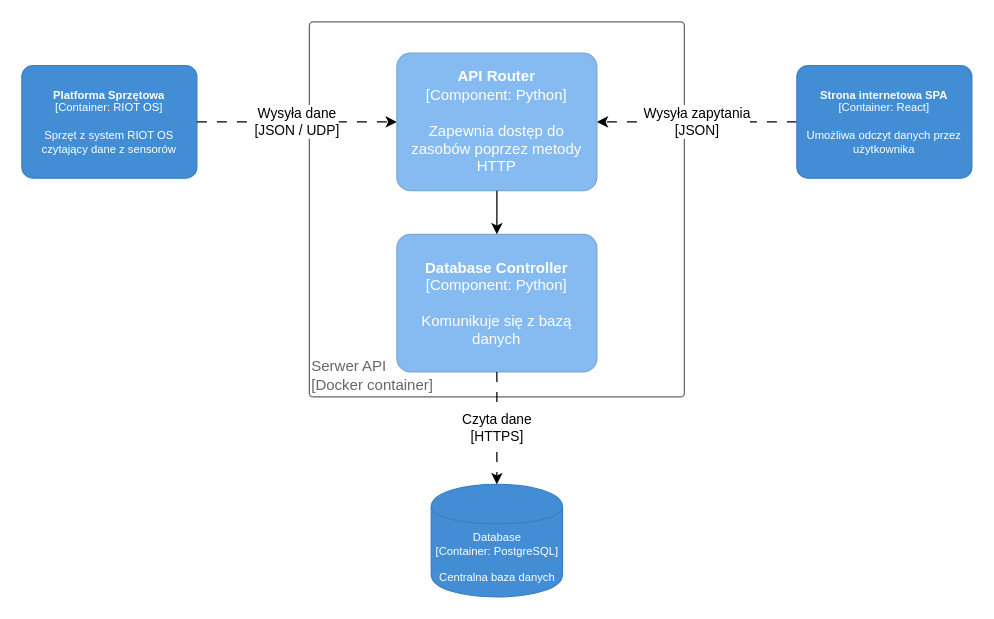
Before: page "Serwer API" (4 of 5) of docs/architecture/c4-pzsp2.drawio in sysy-inc/pzsp2-24z, a draw.io diagram. Source tidied: cells renumbered, new cells numbered last; positions are measured from the earlier drawing's top-left corner, leaving out a move shared by most shapes. Both pictures are drawn from the tidied source at 125%, with x=0, y=0 at pixel (21, 21).
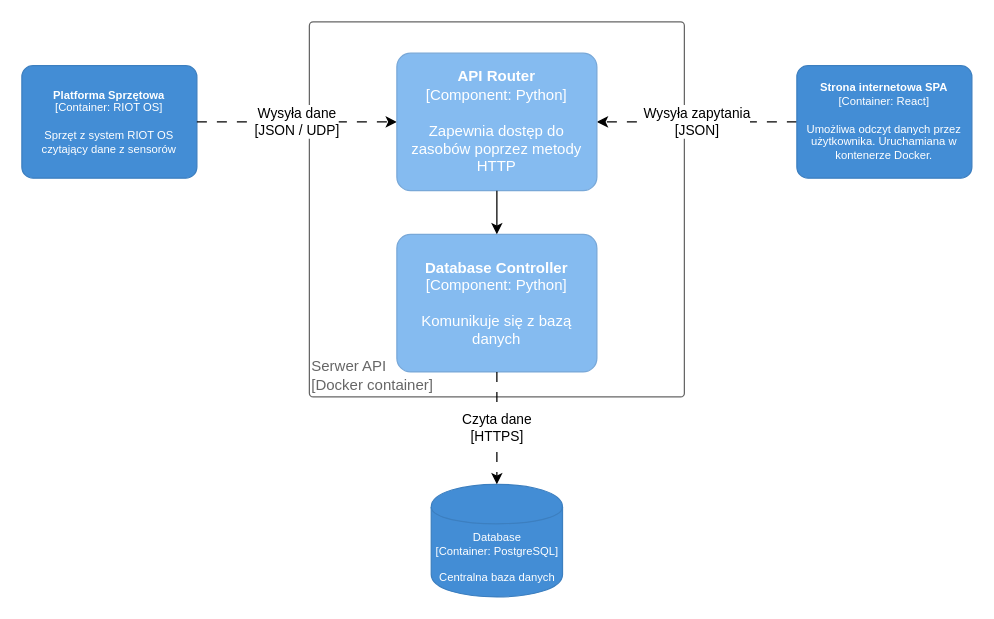
Above is the later version.

What changed in the source:
```diff
@@
 <mxGraphModel>
   <root>
     <mxCell id="0" />
     <mxCell id="1" parent="0" />
     <mxCell id="2" value="Serwer API&lt;div&gt;[Docker container]&lt;/div&gt;" style="rounded=1;whiteSpace=wrap;html=1;labelBackgroundColor=none;fillColor=#ffffff;align=left;arcSize=1;verticalAlign=bottom;strokeColor=#666666;fontColor=#666666;" parent="1" vertex="1">
       <mxGeometry x="230" width="300" height="300" as="geometry" />
     </mxCell>
     <mxCell id="3" value="Wysyła zapytania&lt;div&gt;[JSON]&lt;/div&gt;" style="edgeStyle=orthogonalEdgeStyle;rounded=0;jettySize=auto;html=1;entryX=1;entryY=0.5;entryDx=0;entryDy=0;entryPerimeter=0;dashed=1;dashPattern=8 8;" parent="1" edge="1" source="4" target="7">
       <mxGeometry relative="1" as="geometry" />
     </mxCell>
-    <object id="4" label="&lt;b style=&quot;font-size: 9px;&quot;&gt;%c4Name%&lt;/b&gt;&lt;div style=&quot;font-size: 9px;&quot;&gt;[%c4Type%: %c4Technology%]&lt;/div&gt;&lt;br style=&quot;font-size: 9px;&quot;&gt;&lt;div style=&quot;font-size: 9px;&quot;&gt;%c4Description%&lt;/div&gt;" c4Description="Umożliwa odczyt danych przez użytkownika" c4Name="Strona internetowa SPA" c4Technology="React" c4Type="Container" placeholders="1">
+    <object id="4" label="&lt;b style=&quot;font-size: 9px;&quot;&gt;%c4Name%&lt;/b&gt;&lt;div style=&quot;font-size: 9px;&quot;&gt;[%c4Type%: %c4Technology%]&lt;/div&gt;&lt;br style=&quot;font-size: 9px;&quot;&gt;&lt;div style=&quot;font-size: 9px;&quot;&gt;%c4Description%&lt;/div&gt;" c4Description="Umożliwa odczyt danych przez użytkownika. Uruchamiana w kontenerze Docker." c4Name="Strona internetowa SPA" c4Technology="React" c4Type="Container" placeholders="1">
       <mxCell style="rounded=1;whiteSpace=wrap;html=1;labelBackgroundColor=none;fillColor=#438DD5;fontColor=#ffffff;align=center;arcSize=10;strokeColor=#3C7FC0;metaData={&quot;c4Type&quot;:{&quot;editable&quot;:false}};points=[[0.25,0,0],[0.5,0,0],[0.75,0,0],[1,0.25,0],[1,0.5,0],[1,0.75,0],[0.75,1,0],[0.5,1,0],[0.25,1,0],[0,0.75,0],[0,0.5,0],[0,0.25,0]];fontSize=9;" parent="1" vertex="1">
         <mxGeometry x="620" y="35" width="140" height="90" as="geometry" />
       </mxCell>
     </object>
     <object id="5" label="&lt;b style=&quot;font-size: 9px;&quot;&gt;%c4Name%&lt;/b&gt;&lt;div style=&quot;font-size: 9px;&quot;&gt;[%c4Type%: %c4Technology%]&lt;/div&gt;&lt;br style=&quot;font-size: 9px;&quot;&gt;&lt;div style=&quot;font-size: 9px;&quot;&gt;%c4Description%&lt;/div&gt;" c4Description="Sprzęt z system RIOT OS czytający dane z sensorów" c4Name="Platforma Sprzętowa" c4Technology="RIOT OS" c4Type="Container" placeholders="1">
       <mxCell style="rounded=1;whiteSpace=wrap;html=1;labelBackgroundColor=none;fillColor=#438DD5;fontColor=#ffffff;align=center;arcSize=10;strokeColor=#3C7FC0;metaData={&quot;c4Type&quot;:{&quot;editable&quot;:false}};points=[[0.25,0,0],[0.5,0,0],[0.75,0,0],[1,0.25,0],[1,0.5,0],[1,0.75,0],[0.75,1,0],[0.5,1,0],[0.25,1,0],[0,0.75,0],[0,0.5,0],[0,0.25,0]];fontSize=9;" parent="1" vertex="1">
         <mxGeometry y="35" width="140" height="90" as="geometry" />
       </mxCell>
     </object>
     <mxCell id="6" value="Wysyła dane&lt;div&gt;[JSON / UDP]&lt;/div&gt;" style="edgeStyle=orthogonalEdgeStyle;rounded=0;jettySize=auto;html=1;entryX=0;entryY=0.5;entryDx=0;entryDy=0;entryPerimeter=0;dashed=1;dashPattern=8 8;" parent="1" edge="1" source="5" target="7">
       <mxGeometry relative="1" as="geometry" />
     </mxCell>
     <object id="7" label="&lt;b&gt;%c4Name%&lt;/b&gt;&lt;div&gt;[%c4Type%: %c4Technology%]&lt;/div&gt;&lt;br&gt;&lt;div&gt;%c4Description%&lt;/div&gt;" c4Description="Zapewnia dostęp do zasobów poprzez metody HTTP" c4Name="API Router" c4Technology="Python" c4Type="Component" placeholders="1">
       <mxCell style="rounded=1;whiteSpace=wrap;html=1;labelBackgroundColor=none;fillColor=#85BBF0;fontColor=#ffffff;align=center;arcSize=10;strokeColor=#78A8D8;metaData={&quot;c4Type&quot;:{&quot;editable&quot;:false}};points=[[0.25,0,0],[0.5,0,0],[0.75,0,0],[1,0.25,0],[1,0.5,0],[1,0.75,0],[0.75,1,0],[0.5,1,0],[0.25,1,0],[0,0.75,0],[0,0.5,0],[0,0.25,0]];" parent="1" vertex="1">
         <mxGeometry x="300" y="25" width="160" height="110" as="geometry" />
       </mxCell>
     </object>
     <object id="8" label="%c4Type%&lt;div style=&quot;font-size: 9px;&quot;&gt;[Container:&amp;nbsp;%c4Technology%]&lt;/div&gt;&lt;br style=&quot;font-size: 9px;&quot;&gt;&lt;div style=&quot;font-size: 9px;&quot;&gt;%c4Description%&lt;/div&gt;" c4Description="Centralna baza danych" c4Technology="PostgreSQL" c4Type="Database" placeholders="1">
       <mxCell style="shape=cylinder;whiteSpace=wrap;html=1;boundedLbl=1;rounded=0;labelBackgroundColor=none;fillColor=#438DD5;fontSize=9;fontColor=#ffffff;align=center;strokeColor=#3C7FC0;points=[[0.5,0,0],[1,0.25,0],[1,0.5,0],[1,0.75,0],[0.5,1,0],[0,0.75,0],[0,0.5,0],[0,0.25,0]];metaData={&quot;c4Type&quot;:{&quot;editable&quot;:false}};" parent="1" vertex="1">
         <mxGeometry x="327.5" y="370" width="105" height="90" as="geometry" />
       </mxCell>
     </object>
     <object id="9" label="&lt;b&gt;%c4Name%&lt;/b&gt;&lt;div&gt;[%c4Type%: %c4Technology%]&lt;/div&gt;&lt;br&gt;&lt;div&gt;%c4Description%&lt;/div&gt;" c4Description="Komunikuje się z bazą danych" c4Name="Database Controller" c4Technology="Python" c4Type="Component" placeholders="1">
       <mxCell style="rounded=1;whiteSpace=wrap;html=1;labelBackgroundColor=none;fillColor=#85BBF0;fontColor=#ffffff;align=center;arcSize=10;strokeColor=#78A8D8;metaData={&quot;c4Type&quot;:{&quot;editable&quot;:false}};points=[[0.25,0,0],[0.5,0,0],[0.75,0,0],[1,0.25,0],[1,0.5,0],[1,0.75,0],[0.75,1,0],[0.5,1,0],[0.25,1,0],[0,0.75,0],[0,0.5,0],[0,0.25,0]];" parent="1" vertex="1">
         <mxGeometry x="300" y="170" width="160" height="110" as="geometry" />
       </mxCell>
     </object>
     <mxCell id="10" value="Czyta dane&lt;div&gt;[HTTPS]&lt;/div&gt;" style="edgeStyle=orthogonalEdgeStyle;rounded=0;jettySize=auto;html=1;entryX=0.5;entryY=0;entryDx=0;entryDy=0;entryPerimeter=0;dashed=1;dashPattern=8 8;" parent="1" edge="1" source="9" target="8">
       <mxGeometry relative="1" as="geometry" />
     </mxCell>
     <mxCell id="11" style="edgeStyle=orthogonalEdgeStyle;rounded=0;jettySize=auto;html=1;entryX=0.5;entryY=0;entryDx=0;entryDy=0;entryPerimeter=0;" parent="1" edge="1" source="7" target="9">
       <mxGeometry relative="1" as="geometry" />
     </mxCell>
   </root>
 </mxGraphModel>
```
